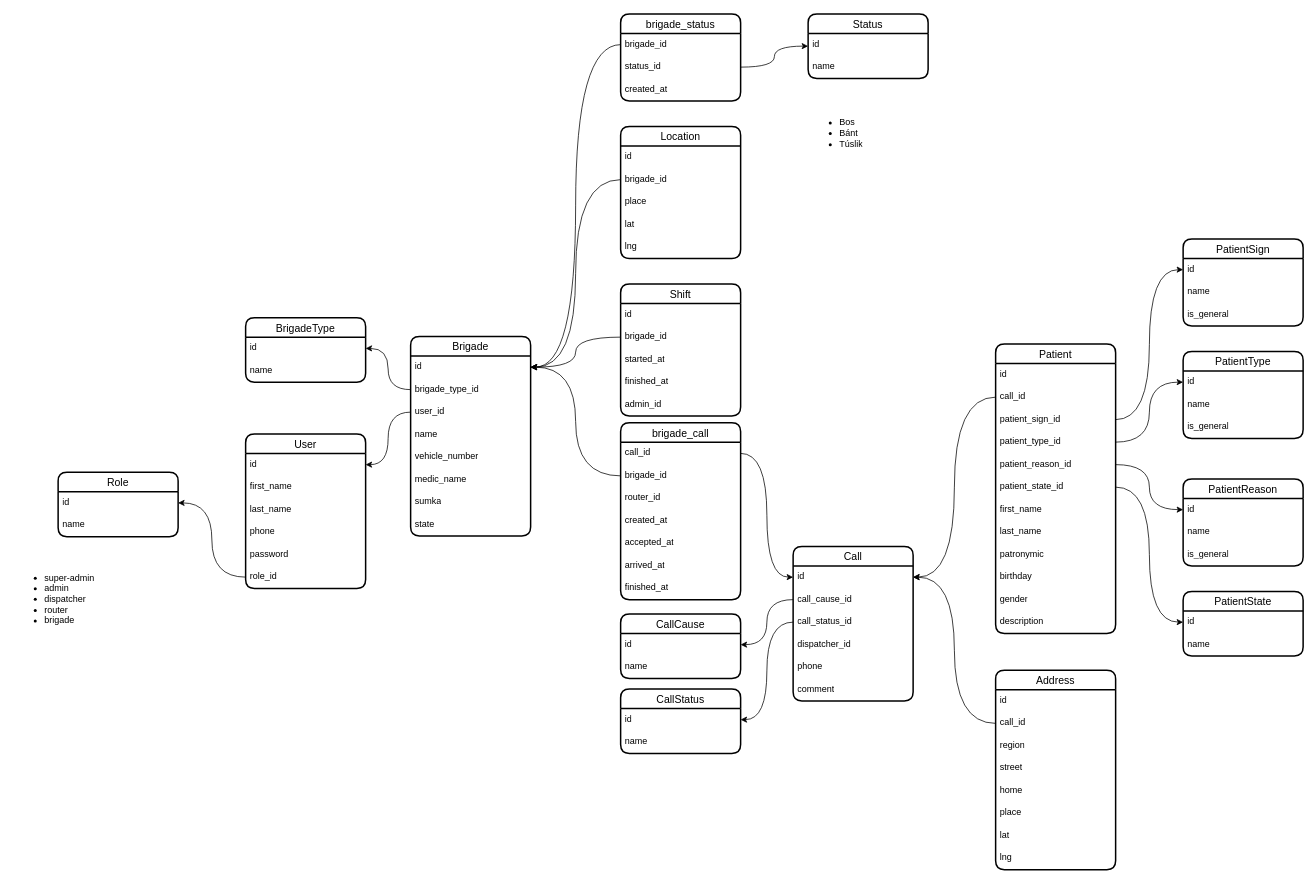
iztileuoff/databases keeps this draw.io diagram as karsoft-103.drawio. Above is the earlier version. Source tidied: cells renumbered, new cells numbered last; positions are measured from the earlier drawing's top-left corner, leaving out a move shared by most shapes. Both pictures are drawn from the tidied source at 75%, with x=0, y=0 at pixel (13, 14).
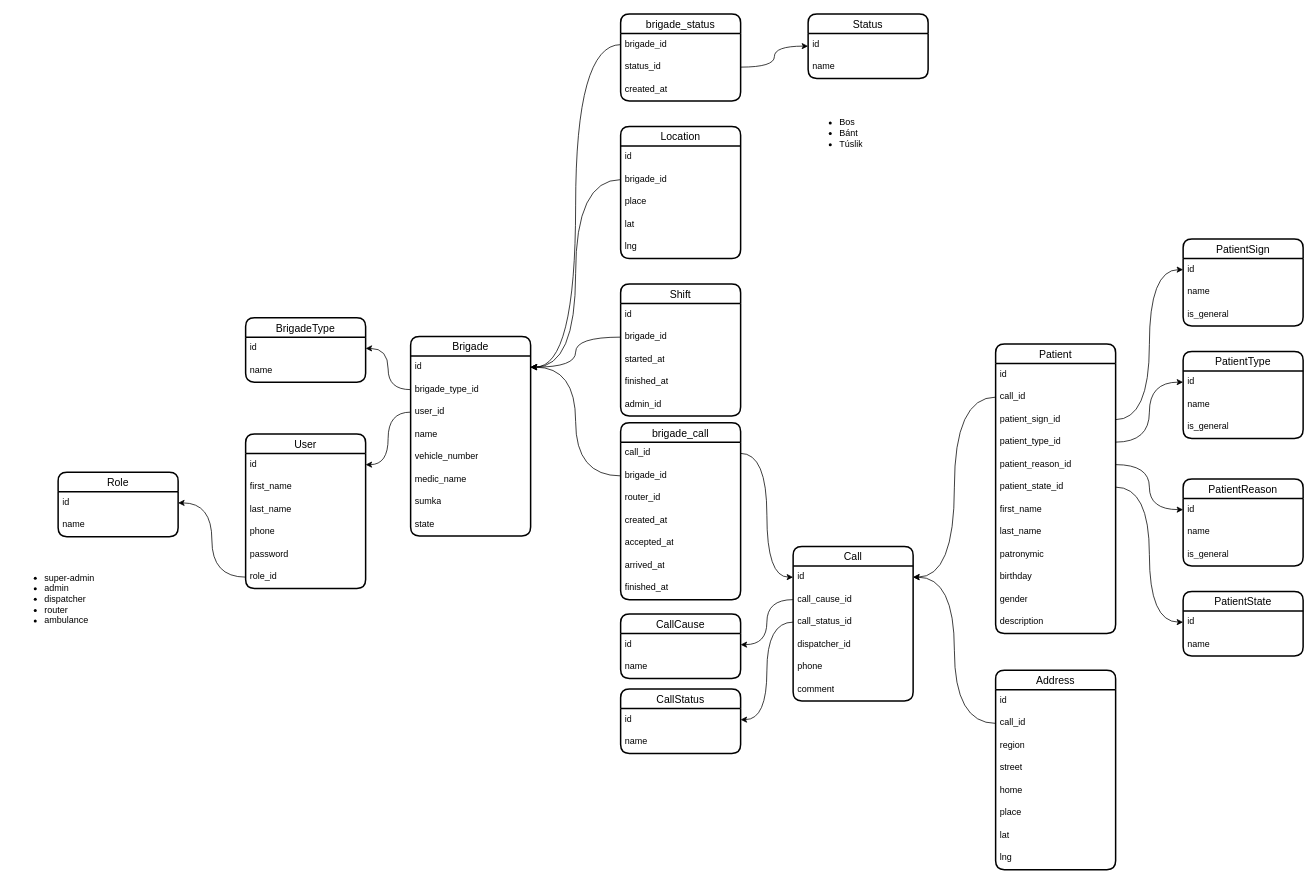
The same page after the edit.

Change to the diagram source:
```diff
@@
-    <mxCell id="62" value="&lt;ul&gt;&lt;li&gt;super-admin&lt;/li&gt;&lt;li&gt;admin&lt;/li&gt;&lt;li&gt;dispatcher&lt;/li&gt;&lt;li&gt;router&lt;/li&gt;&lt;li&gt;brigade&lt;/li&gt;&lt;/ul&gt;" style="text;strokeColor=none;fillColor=none;html=1;whiteSpace=wrap;verticalAlign=middle;overflow=hidden;" parent="1" vertex="1">
+    <mxCell id="62" value="&lt;ul&gt;&lt;li&gt;super-admin&lt;/li&gt;&lt;li&gt;admin&lt;/li&gt;&lt;li&gt;dispatcher&lt;/li&gt;&lt;li&gt;router&lt;/li&gt;&lt;li&gt;ambulance&lt;/li&gt;&lt;/ul&gt;" style="text;strokeColor=none;fillColor=none;html=1;whiteSpace=wrap;verticalAlign=middle;overflow=hidden;" parent="1" vertex="1">
       <mxGeometry y="720" width="233" height="120" as="geometry" />
     </mxCell>
```
